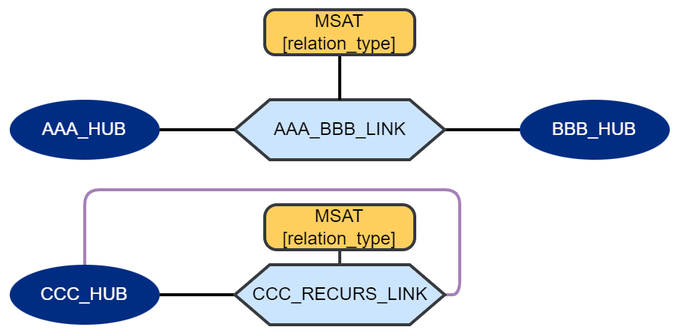
Earlier version of the draw.io export documentation/images/mapping_relations/topo_rsat.png (cimt-ag/data_vault_pipelinedescription). Source tidied: cells renumbered, new cells last; positions are measured from the earlier drawing's top-left corner, leaving out a move shared by most shapes.
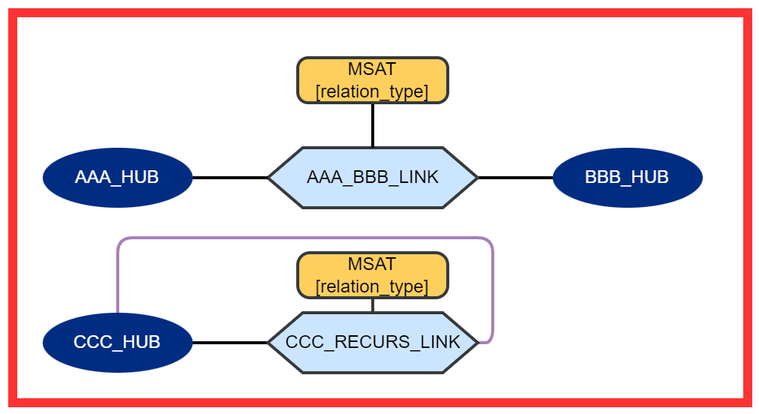
The same diagram one commit later.

The edit, as a diff of the source:
```diff
@@ -47,5 +47,8 @@
     <mxCell id="14" value="MSAT&lt;br&gt;[relation_type]" style="rounded=1;whiteSpace=wrap;html=1;strokeColor=#36393d;fillColor=#FFCF5E;strokeWidth=2;arcSize=27;" parent="1" vertex="1">
       <mxGeometry x="170" y="130" width="100" height="30" as="geometry" />
     </mxCell>
+    <mxCell id="15" style="rounded=0;whiteSpace=wrap;html=1;fontFamily=Helvetica;fontSize=11;fontColor=default;fillColor=none;strokeWidth=6;strokeColor=#FF3333;" parent="1" vertex="1">
+      <mxGeometry x="-20" y="-30" width="490" height="260" as="geometry" />
+    </mxCell>
   </root>
 </mxGraphModel>
```
